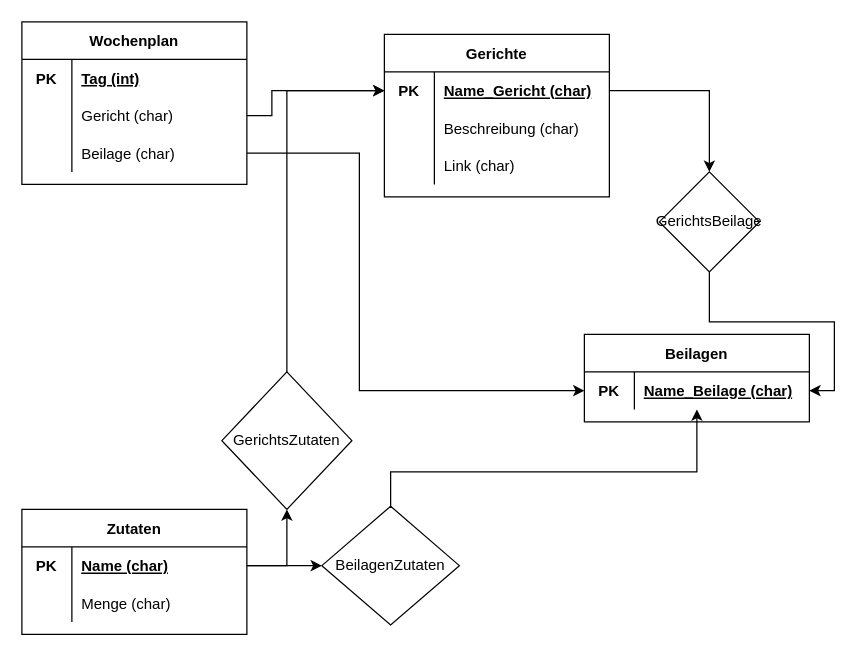
This is diagrams/ER-Diagramm Projekt Wochenplan.drawio from ZeroOne010101/Wochenplan, a draw.io file, before an edit. Source tidied: cells renumbered, new cells numbered last; positions are measured from the earlier drawing's top-left corner, leaving out a move shared by most shapes. Both pictures are drawn from the tidied source at 125%, with x=0, y=0 at pixel (21, 21).
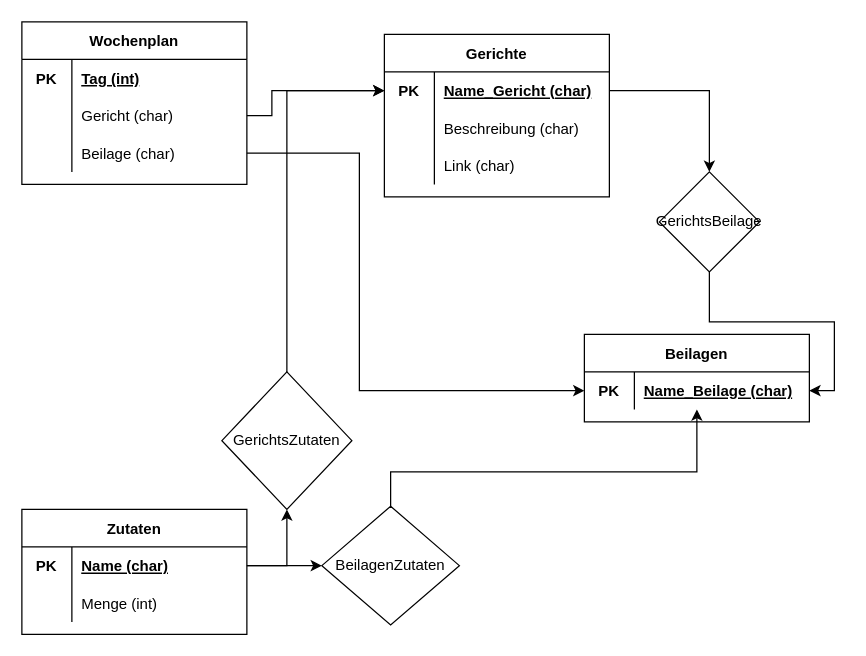
The same diagram, later.

The change refers to these unchanged cells:
```xml
<mxCell id="24" style="shape=tableRow;horizontal=0;startSize=0;swimlaneHead=0;swimlaneBody=0;fillColor=none;top=0;left=0;right=0;bottom=0;" parent="20" vertex="1">
  <mxGeometry y="60" width="180" height="30" as="geometry" />
</mxCell>
```

Diff of the diagram source:
```diff
@@
-    <mxCell id="26" value="Menge (char)" style="shape=partialRectangle;fillColor=none;top=0;left=0;bottom=0;right=0;align=left;spacingLeft=6;overflow=hidden;" parent="24" vertex="1">
+    <mxCell id="26" value="Menge (int)" style="shape=partialRectangle;fillColor=none;top=0;left=0;bottom=0;right=0;align=left;spacingLeft=6;overflow=hidden;" parent="24" vertex="1">
       <mxGeometry x="40" width="140" height="30" as="geometry" />
     </mxCell>
```
